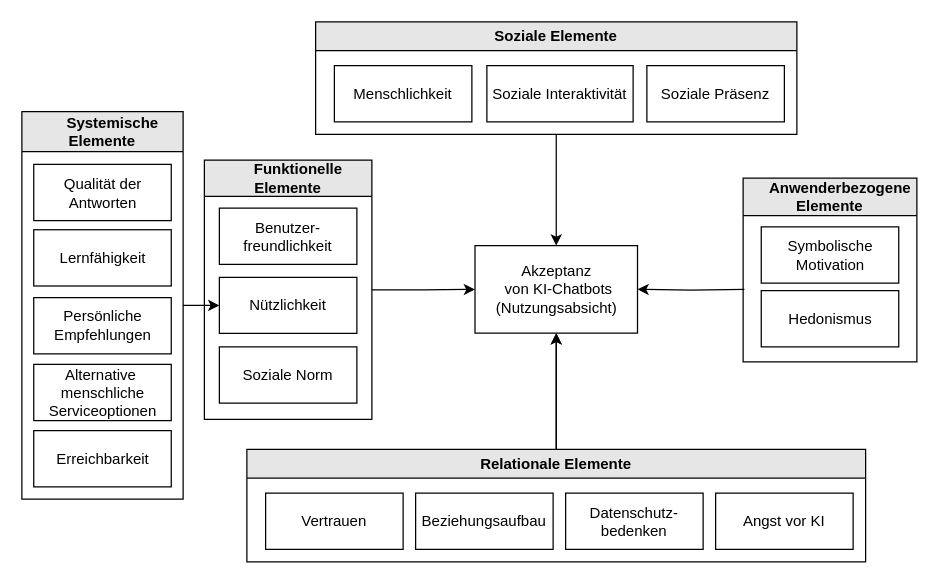
Earlier version of the draw.io diagram page "Page-1" (1 of 6) of sRAM.drawio (Frododo12/Web-Technologie). Source tidied: cells renumbered, new cells numbered last; positions are measured from the earlier drawing's top-left corner, leaving out a move shared by most shapes. Both pictures are drawn from the tidied source at 125%, with x=0, y=0 at pixel (21, 21).
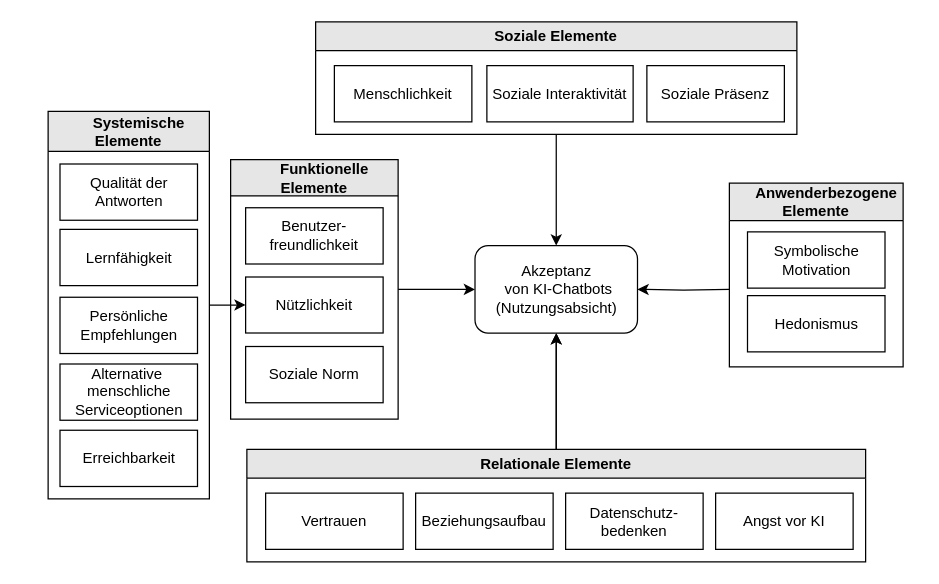
The same diagram, later.

Change to the diagram source:
```diff
@@
-    <mxCell id="2" value="Akzeptanz&lt;br&gt;&amp;nbsp;von KI-Chatbots&lt;br&gt;(Nutzungsabsicht)" style="rounded=0;whiteSpace=wrap;html=1;" parent="1" vertex="1">
+    <mxCell id="2" value="Akzeptanz&lt;br&gt;&amp;nbsp;von KI-Chatbots&lt;br&gt;(Nutzungsabsicht)" style="rounded=1;whiteSpace=wrap;html=1;" parent="1" vertex="1">
       <mxGeometry x="362.5" y="179" width="130" height="70" as="geometry" />
     </mxCell>
@@
     <mxCell id="11" value="&amp;nbsp; &amp;nbsp; &amp;nbsp;Funktionelle Elemente" style="swimlane;whiteSpace=wrap;html=1;fillColor=#E6E6E6;startSize=29;" parent="1" vertex="1">
-      <mxGeometry x="146" y="110.5" width="134" height="207.5" as="geometry" />
+      <mxGeometry x="167" y="110.2" width="134" height="207.5" as="geometry" />
     </mxCell>
@@
     <mxCell id="20" style="edgeStyle=orthogonalEdgeStyle;rounded=0;jettySize=auto;html=1;entryX=1;entryY=0.5;entryDx=0;entryDy=0;" parent="1" edge="1" target="2">
       <mxGeometry relative="1" as="geometry">
-        <mxPoint x="578" y="214" as="sourcePoint" />
+        <mxPoint x="566" y="214" as="sourcePoint" />
       </mxGeometry>
     </mxCell>
     <mxCell id="21" value="&amp;nbsp; &amp;nbsp; &amp;nbsp;Anwenderbezogene&lt;br style=&quot;border-color: var(--border-color);&quot;&gt;Elemente" style="swimlane;whiteSpace=wrap;html=1;startSize=30;fillColor=#E6E6E6;" parent="1" vertex="1">
-      <mxGeometry x="577" y="125" width="139" height="147" as="geometry" />
+      <mxGeometry x="566" y="129" width="139" height="147" as="geometry" />
     </mxCell>
@@
     <mxCell id="25" value="&amp;nbsp; &amp;nbsp; &amp;nbsp;Systemische &lt;br&gt;Elemente" style="swimlane;whiteSpace=wrap;html=1;startSize=32;fillColor=#E6E6E6;" parent="1" vertex="1">
-      <mxGeometry y="71.8" width="129" height="310" as="geometry" />
+      <mxGeometry x="21" y="71.5" width="129" height="310" as="geometry" />
     </mxCell>
```
